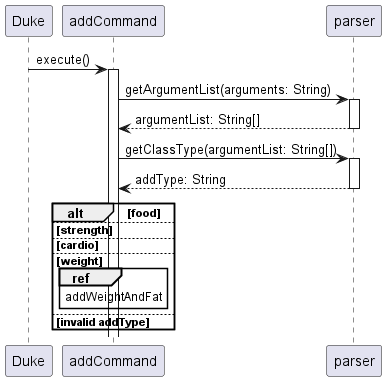
Earlier version of the PlantUML export docs/UmlDiagrams/Add.png (nus-cs2113-AY2223S1/tp). Its diagram source:
```plantuml
@startuml

autoactivate on


Duke -> addCommand: execute()
addCommand -> parser: getArgumentList(arguments: String)
return argumentList: String[]
addCommand -> parser: getClassType(argumentList: String[])
return addType: String

alt food

else strength

else cardio

else weight
    ref over addCommand: addWeightAndFat
else invalid addType

end

@enduml
```
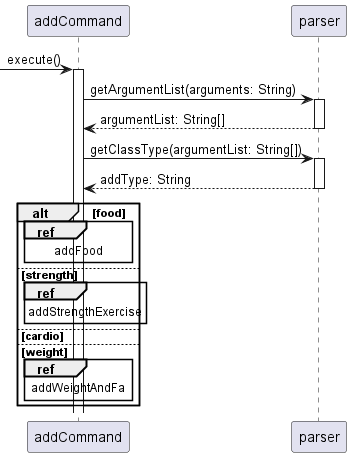
The same file after the commit.

Change to the diagram source:
```diff
@@ -3,21 +3,21 @@
 autoactivate on
 
 
-Duke -> addCommand: execute()
+
+-> addCommand: execute()
 addCommand -> parser: getArgumentList(arguments: String)
 return argumentList: String[]
 addCommand -> parser: getClassType(argumentList: String[])
 return addType: String
 
 alt food
-
+    ref over addCommand: addFood
 else strength
-
+    ref over addCommand: addStrengthExercise
 else cardio
 
 else weight
-    ref over addCommand: addWeightAndFat
-else invalid addType
+    ref over addCommand: addWeightAndFa
 
 end
 
```
